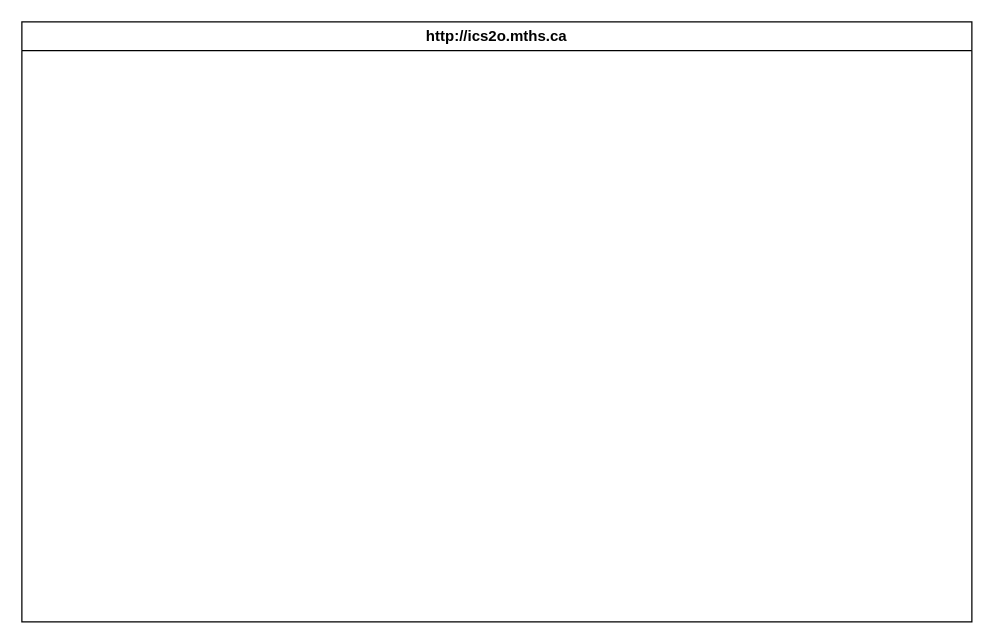
Before: design/storyboard.drawio in david-ezenwa/ICD2O-Assignment-03-david-ezenwa, a draw.io diagram. Source tidied: cells renumbered, new cells numbered last; positions are measured from the earlier drawing's top-left corner, leaving out a move shared by most shapes. Both pictures are drawn from the tidied source at 125%, with x=0, y=0 at pixel (21, 21).
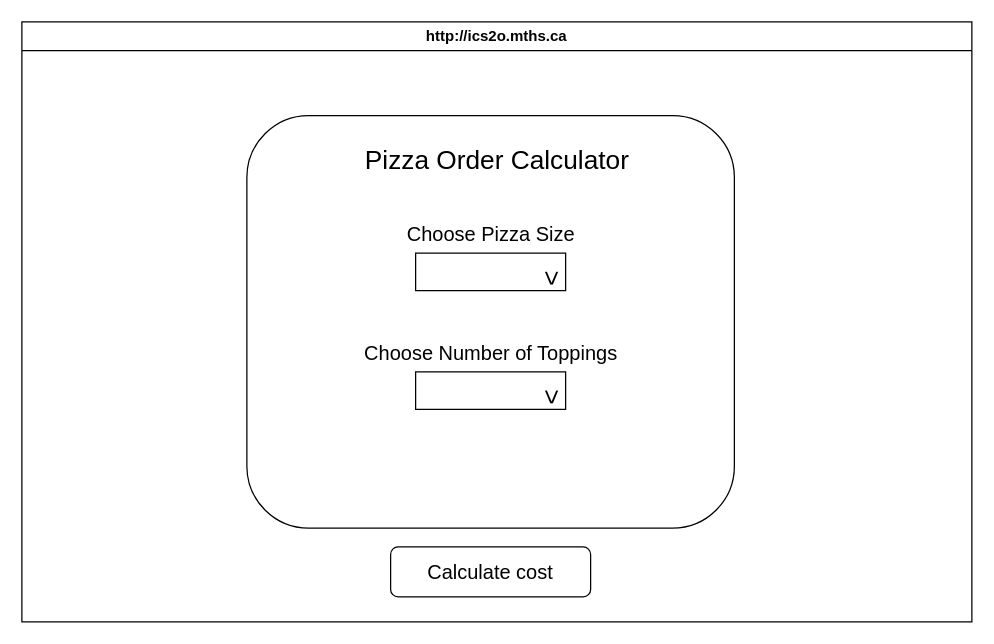
The same page after the edit.

Commit message (it also covers changes not shown here):
added storyboard and flowchart

The edit, as a diff of the source:
```diff
@@
 <mxGraphModel>
   <root>
     <mxCell id="0" />
     <mxCell id="1" parent="0" />
     <mxCell id="2" value="http://ics2o.mths.ca" style="swimlane;whiteSpace=wrap;html=1;" parent="1" vertex="1">
       <mxGeometry width="760" height="480" as="geometry" />
     </mxCell>
+    <mxCell id="3" style="rounded=1;whiteSpace=wrap;html=1;" parent="2" vertex="1">
+      <mxGeometry x="180" y="75" width="390" height="330" as="geometry" />
+    </mxCell>
+    <mxCell id="4" value="Pizza Order Calculator" style="text;html=1;align=center;verticalAlign=middle;strokeColor=none;fillColor=none;fontSize=21;" parent="2" vertex="1">
+      <mxGeometry x="265" y="90" width="230" height="40" as="geometry" />
+    </mxCell>
+    <mxCell id="5" value="Choose Pizza Size" style="text;html=1;align=center;verticalAlign=middle;strokeColor=none;fillColor=none;fontSize=16;" parent="2" vertex="1">
+      <mxGeometry x="295" y="155" width="160" height="30" as="geometry" />
+    </mxCell>
+    <mxCell id="6" style="group;" parent="2" vertex="1">
+      <mxGeometry x="315" y="185" width="120" height="30" as="geometry" />
+    </mxCell>
+    <mxCell id="7" style="whiteSpace=wrap;html=1;fontSize=21;" parent="6" vertex="1">
+      <mxGeometry width="120" height="30" as="geometry" />
+    </mxCell>
+    <mxCell id="8" value="&amp;gt;" style="text;html=1;align=center;verticalAlign=middle;strokeColor=none;fillColor=none;fontSize=21;rotation=90;" parent="6" vertex="1">
+      <mxGeometry x="90" width="40" height="40" as="geometry" />
+    </mxCell>
+    <mxCell id="9" value="Choose Number of Toppings" style="text;html=1;align=center;verticalAlign=middle;strokeColor=none;fillColor=none;fontSize=16;" parent="2" vertex="1">
+      <mxGeometry x="260" y="250" width="230" height="30" as="geometry" />
+    </mxCell>
+    <mxCell id="10" style="group;" parent="2" vertex="1">
+      <mxGeometry x="315" y="280" width="120" height="30" as="geometry" />
+    </mxCell>
+    <mxCell id="11" style="whiteSpace=wrap;html=1;fontSize=21;" parent="10" vertex="1">
+      <mxGeometry width="120" height="30" as="geometry" />
+    </mxCell>
+    <mxCell id="12" value="&amp;gt;" style="text;html=1;align=center;verticalAlign=middle;strokeColor=none;fillColor=none;fontSize=21;rotation=90;" parent="10" vertex="1">
+      <mxGeometry x="90" width="40" height="40" as="geometry" />
+    </mxCell>
+    <mxCell id="13" value="Calculate cost" style="rounded=1;whiteSpace=wrap;html=1;fontSize=16;" parent="2" vertex="1">
+      <mxGeometry x="295" y="420" width="160" height="40" as="geometry" />
+    </mxCell>
   </root>
 </mxGraphModel>
```
